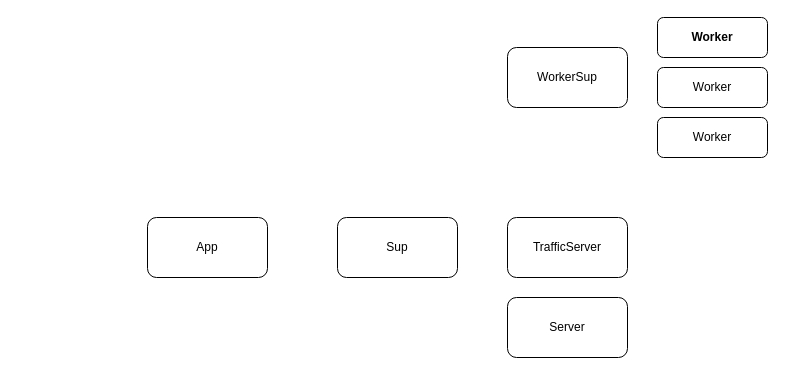
The draw.io diagram system.drawio in sanzor/Banking-Application, before the edit. Source tidied: cells renumbered, new cells numbered last; positions are measured from the earlier drawing's top-left corner, leaving out a move shared by most shapes. Both pictures are drawn from the tidied source at 100%, with x=0, y=0 at pixel (147, 17).
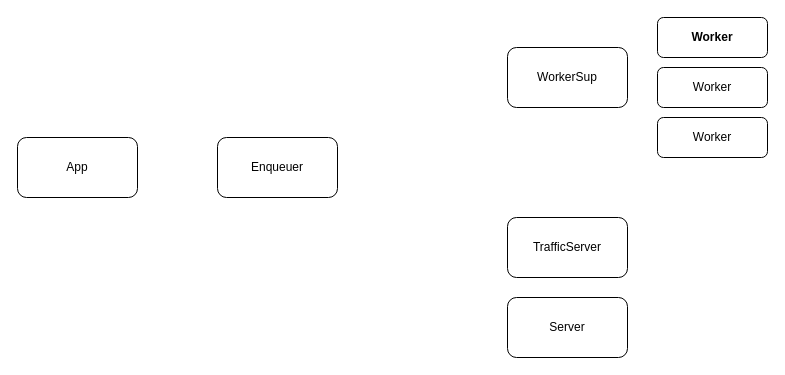
Above is the later version.

Diff of the diagram source:
```diff
@@
 <mxGraphModel>
   <root>
     <mxCell id="0" />
     <mxCell id="1" parent="0" />
     <mxCell id="2" value="App" style="rounded=1;whiteSpace=wrap;html=1;" parent="1" vertex="1">
-      <mxGeometry y="200" width="120" height="60" as="geometry" />
+      <mxGeometry x="-130" y="120" width="120" height="60" as="geometry" />
     </mxCell>
-    <mxCell id="3" value="Sup" style="rounded=1;whiteSpace=wrap;html=1;" parent="1" vertex="1">
-      <mxGeometry x="190" y="200" width="120" height="60" as="geometry" />
+    <mxCell id="3" value="Enqueuer" style="rounded=1;whiteSpace=wrap;html=1;" parent="1" vertex="1">
+      <mxGeometry x="70" y="120" width="120" height="60" as="geometry" />
     </mxCell>
     <mxCell id="4" value="WorkerSup" style="rounded=1;whiteSpace=wrap;html=1;" parent="1" vertex="1">
       <mxGeometry x="360" y="30" width="120" height="60" as="geometry" />
     </mxCell>
     <mxCell id="5" value="Server" style="rounded=1;whiteSpace=wrap;html=1;" parent="1" vertex="1">
       <mxGeometry x="360" y="280" width="120" height="60" as="geometry" />
     </mxCell>
     <mxCell id="6" value="Worker" style="rounded=1;whiteSpace=wrap;html=1;" parent="1" vertex="1">
       <mxGeometry x="510" y="50" width="110" height="40" as="geometry" />
     </mxCell>
     <mxCell id="7" value="Worker" style="rounded=1;whiteSpace=wrap;html=1;" parent="1" vertex="1">
       <mxGeometry x="510" y="100" width="110" height="40" as="geometry" />
     </mxCell>
     <mxCell id="8" value="Worker" style="rounded=1;whiteSpace=wrap;html=1;fontStyle=1;" parent="1" vertex="1">
       <mxGeometry x="510" width="110" height="40" as="geometry" />
     </mxCell>
     <mxCell id="9" value="TrafficServer" style="rounded=1;whiteSpace=wrap;html=1;" parent="1" vertex="1">
       <mxGeometry x="360" y="200" width="120" height="60" as="geometry" />
     </mxCell>
   </root>
 </mxGraphModel>
```
